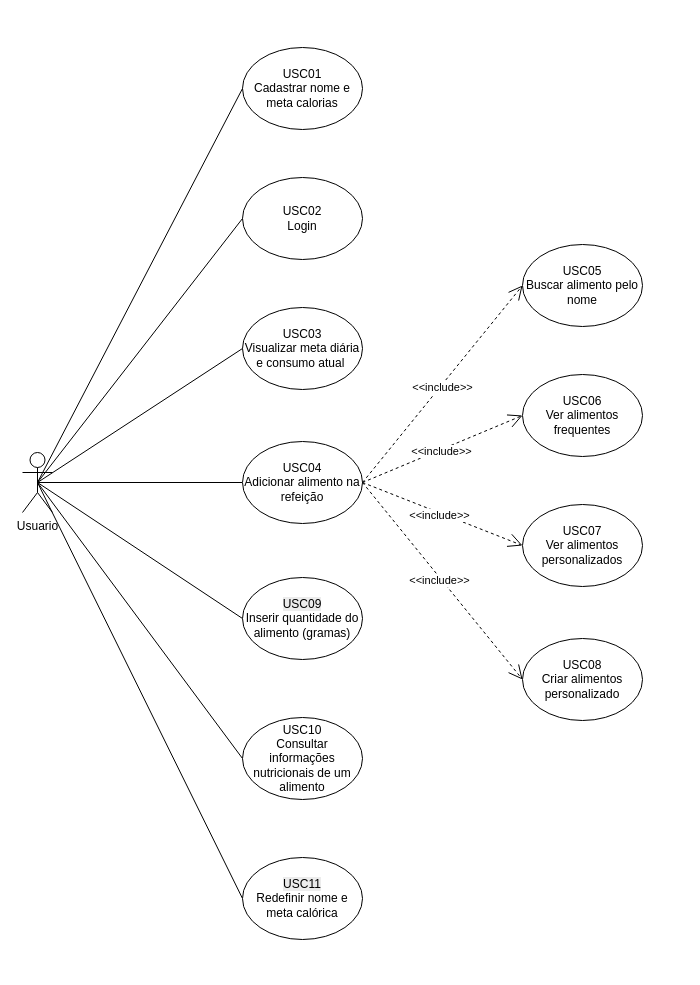
Above: DiagramaUseCase.drawio in Cinzenta/Calorize (draw.io), before the change. Source tidied: cells renumbered, new cells numbered last; positions are measured from the earlier drawing's top-left corner, leaving out a move shared by most shapes. Both pictures are drawn from the tidied source at 100%, with x=0, y=0 at pixel (22, 47).
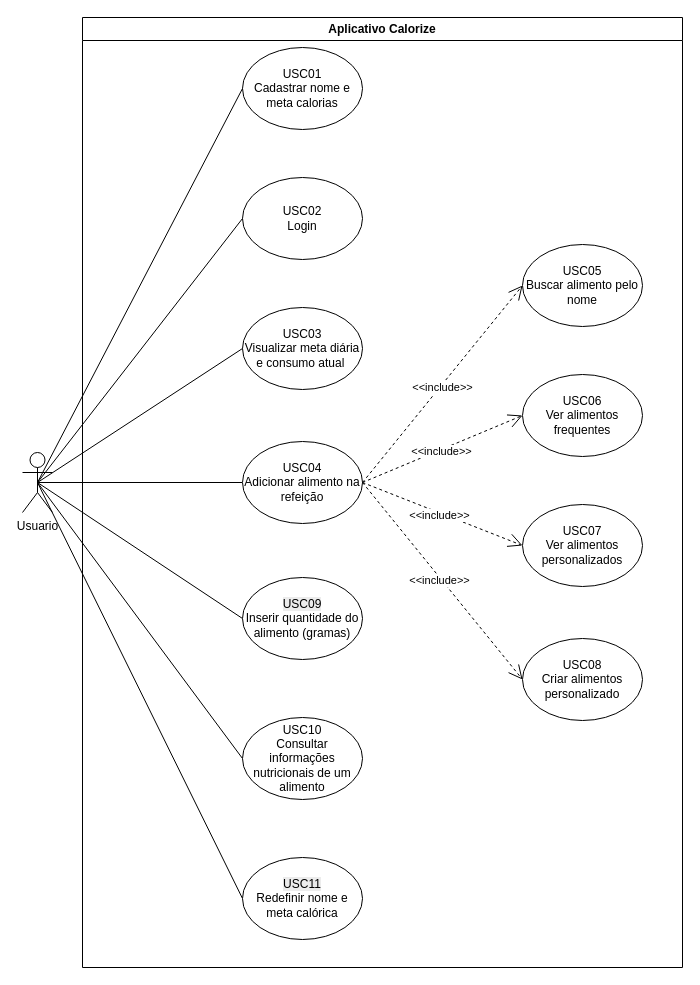
The same page after the edit.

Change to the diagram source:
```diff
@@
+    <mxCell id="25" value="Aplicativo Calorize" style="swimlane;whiteSpace=wrap;html=1;" parent="1" vertex="1">
+      <mxGeometry x="60" y="-30" width="600" height="950" as="geometry" />
+    </mxCell>
```
